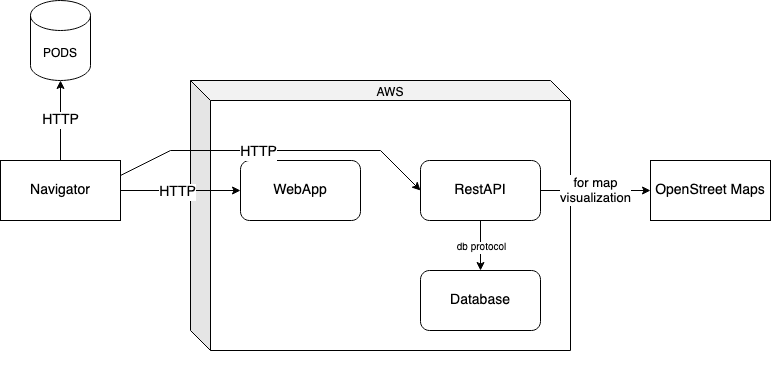
Above: docs/images/Deployment1.png in Arquisoft/lomap_es5c (draw.io), before the change. Source tidied: cells renumbered, new cells last; positions are measured from the earlier drawing's top-left corner, leaving out a move shared by most shapes. Source of this version:
```xml
<mxGraphModel>
  <root>
    <mxCell id="0" />
    <mxCell id="1" parent="0" />
    <mxCell id="2" value="&lt;div&gt;PODS&lt;/div&gt;" style="shape=cylinder3;whiteSpace=wrap;html=1;boundedLbl=1;backgroundOutline=1;size=15;" parent="1" vertex="1">
      <mxGeometry x="30" width="60" height="80" as="geometry" />
    </mxCell>
    <mxCell id="3" value="&lt;div&gt;&lt;font style=&quot;font-size: 12px;&quot;&gt;AWS&lt;/font&gt;&lt;/div&gt;&lt;div style=&quot;font-size: 10px;&quot;&gt;&lt;font style=&quot;font-size: 10px;&quot;&gt;&lt;br&gt;&lt;/font&gt;&lt;/div&gt;&lt;div style=&quot;font-size: 10px;&quot;&gt;&lt;font style=&quot;font-size: 10px;&quot;&gt;&lt;br&gt;&lt;/font&gt;&lt;/div&gt;&lt;div style=&quot;font-size: 10px;&quot;&gt;&lt;font style=&quot;font-size: 10px;&quot;&gt;&lt;br&gt;&lt;/font&gt;&lt;/div&gt;&lt;div&gt;&lt;font style=&quot;font-size: 12px;&quot;&gt;&lt;br&gt;&lt;/font&gt;&lt;/div&gt;&lt;div&gt;&lt;font style=&quot;font-size: 12px;&quot;&gt;&lt;br&gt;&lt;/font&gt;&lt;/div&gt;&lt;div&gt;&lt;font style=&quot;font-size: 12px;&quot;&gt;&lt;br&gt;&lt;/font&gt;&lt;/div&gt;&lt;div&gt;&lt;font style=&quot;font-size: 12px;&quot;&gt;&lt;br&gt;&lt;/font&gt;&lt;/div&gt;&lt;div&gt;&lt;font style=&quot;font-size: 12px;&quot;&gt;&lt;br&gt;&lt;/font&gt;&lt;/div&gt;&lt;div&gt;&lt;font style=&quot;font-size: 12px;&quot;&gt;&lt;br&gt;&lt;/font&gt;&lt;/div&gt;&lt;div&gt;&lt;font style=&quot;font-size: 12px;&quot;&gt;&lt;br&gt;&lt;/font&gt;&lt;/div&gt;&lt;div&gt;&lt;font style=&quot;font-size: 12px;&quot;&gt;&lt;br&gt;&lt;/font&gt;&lt;/div&gt;&lt;div&gt;&lt;font style=&quot;font-size: 12px;&quot;&gt;&lt;br&gt;&lt;/font&gt;&lt;/div&gt;&lt;div&gt;&lt;font style=&quot;font-size: 12px;&quot;&gt;&lt;br&gt;&lt;/font&gt;&lt;/div&gt;&lt;div&gt;&lt;font style=&quot;font-size: 12px;&quot;&gt;&lt;br&gt;&lt;/font&gt;&lt;/div&gt;&lt;div&gt;&lt;font style=&quot;font-size: 12px;&quot;&gt;&lt;br&gt;&lt;/font&gt;&lt;/div&gt;&lt;div&gt;&lt;font style=&quot;font-size: 12px;&quot;&gt;&lt;br&gt;&lt;/font&gt;&lt;/div&gt;&lt;div&gt;&lt;font style=&quot;font-size: 12px;&quot;&gt;&lt;br&gt;&lt;/font&gt;&lt;/div&gt;&lt;div&gt;&lt;font style=&quot;font-size: 12px;&quot;&gt;&lt;br&gt;&lt;/font&gt;&lt;/div&gt;&lt;div&gt;&lt;font style=&quot;font-size: 12px;&quot;&gt;&lt;br&gt;&lt;/font&gt;&lt;/div&gt;" style="shape=cube;whiteSpace=wrap;html=1;boundedLbl=1;backgroundOutline=1;darkOpacity=0.05;darkOpacity2=0.1;" parent="1" vertex="1">
      <mxGeometry x="190" y="80" width="380" height="270" as="geometry" />
    </mxCell>
    <mxCell id="4" value="&lt;font style=&quot;font-size: 14px;&quot;&gt;&lt;font style=&quot;font-size: 14px;&quot;&gt;WebApp&lt;/font&gt;&lt;/font&gt;" style="rounded=1;whiteSpace=wrap;html=1;fontSize=10;" parent="1" vertex="1">
      <mxGeometry x="240" y="160" width="120" height="60" as="geometry" />
    </mxCell>
    <mxCell id="5" value="&lt;div style=&quot;font-size: 14px;&quot;&gt;RestAPI&lt;/div&gt;" style="rounded=1;whiteSpace=wrap;html=1;fontSize=10;" parent="1" vertex="1">
      <mxGeometry x="420" y="160" width="120" height="60" as="geometry" />
    </mxCell>
    <mxCell id="6" value="&lt;font style=&quot;font-size: 11px;&quot;&gt;&lt;font style=&quot;font-size: 12px;&quot;&gt;&lt;font style=&quot;font-size: 13px;&quot;&gt;&lt;font style=&quot;font-size: 14px;&quot;&gt;Database&lt;/font&gt;&lt;/font&gt;&lt;/font&gt;&lt;/font&gt;" style="rounded=1;whiteSpace=wrap;html=1;fontSize=10;" parent="1" vertex="1">
      <mxGeometry x="420" y="270" width="120" height="60" as="geometry" />
    </mxCell>
    <mxCell id="7" style="endArrow=classic;html=1;rounded=0;fontSize=10;" parent="1" edge="1" source="5" target="6">
      <mxGeometry relative="1" as="geometry" />
    </mxCell>
    <mxCell id="8" value="&lt;div&gt;db protocol&lt;/div&gt;" style="edgeLabel;html=1;align=center;verticalAlign=middle;fontSize=10;" parent="7" vertex="1">
      <mxGeometry x="0.04" relative="1" as="geometry" />
    </mxCell>
    <mxCell id="9" value="Navigator" style="rounded=0;whiteSpace=wrap;html=1;fontSize=14;" parent="1" vertex="1">
      <mxGeometry y="160" width="120" height="60" as="geometry" />
    </mxCell>
    <mxCell id="10" style="endArrow=classic;html=1;rounded=0;fontSize=14;exitX=1;exitY=0.5;exitDx=0;exitDy=0;entryX=0;entryY=0.5;entryDx=0;entryDy=0;" parent="1" edge="1" source="9" target="4">
      <mxGeometry relative="1" as="geometry" />
    </mxCell>
    <mxCell id="11" value="&lt;div&gt;HTTP&lt;/div&gt;" style="edgeLabel;html=1;align=center;verticalAlign=middle;fontSize=14;" parent="10" vertex="1">
      <mxGeometry x="-0.06" y="-1" relative="1" as="geometry" />
    </mxCell>
    <mxCell id="12" style="endArrow=classic;html=1;rounded=0;fontSize=14;exitX=1;exitY=0.25;exitDx=0;exitDy=0;entryX=0;entryY=0.5;entryDx=0;entryDy=0;" parent="1" edge="1" source="9" target="5">
      <mxGeometry relative="1" as="geometry">
        <Array as="points">
          <mxPoint x="170" y="150" />
          <mxPoint x="380" y="150" />
        </Array>
      </mxGeometry>
    </mxCell>
    <mxCell id="13" value="&lt;div&gt;HTTP&lt;/div&gt;" style="edgeLabel;html=1;align=center;verticalAlign=middle;fontSize=14;" parent="12" vertex="1">
      <mxGeometry x="-0.12" y="-1" relative="1" as="geometry" />
    </mxCell>
    <mxCell id="14" value="HTTP" style="endArrow=classic;html=1;rounded=0;fontSize=14;exitX=0.5;exitY=0;exitDx=0;exitDy=0;entryX=0.5;entryY=1;entryDx=0;entryDy=0;entryPerimeter=0;" parent="1" edge="1" source="9" target="2">
      <mxGeometry relative="1" as="geometry" />
    </mxCell>
    <mxCell id="15" value="OpenStreet Maps" style="rounded=0;whiteSpace=wrap;html=1;fontSize=14;" parent="1" vertex="1">
      <mxGeometry x="650" y="160" width="120" height="60" as="geometry" />
    </mxCell>
    <mxCell id="16" value="&lt;div style=&quot;font-size: 13px;&quot;&gt;&lt;font style=&quot;font-size: 13px;&quot;&gt;for map&lt;/font&gt;&lt;/div&gt;&lt;div style=&quot;font-size: 13px;&quot;&gt;&lt;font style=&quot;font-size: 13px;&quot;&gt;visualization&lt;/font&gt;&lt;/div&gt;" style="endArrow=classic;html=1;rounded=0;fontSize=14;exitX=1;exitY=0.5;exitDx=0;exitDy=0;entryX=0;entryY=0.5;entryDx=0;entryDy=0;" parent="1" edge="1" source="5" target="15">
      <mxGeometry relative="1" as="geometry" />
    </mxCell>
  </root>
</mxGraphModel>
```
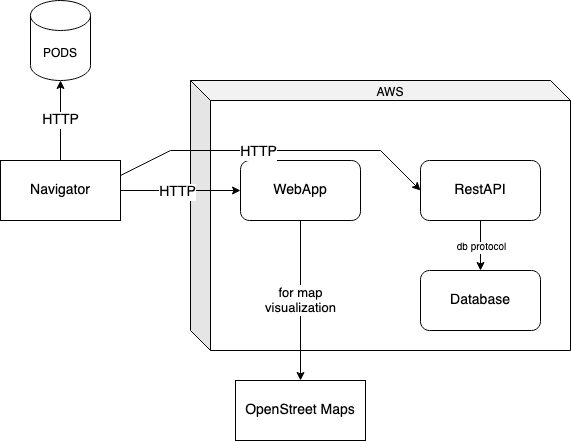
The same file after the commit.

Diff of the diagram source:
```diff
@@ -47,9 +47,9 @@
       <mxGeometry relative="1" as="geometry" />
     </mxCell>
     <mxCell id="15" value="OpenStreet Maps" style="rounded=0;whiteSpace=wrap;html=1;fontSize=14;" parent="1" vertex="1">
-      <mxGeometry x="650" y="160" width="120" height="60" as="geometry" />
+      <mxGeometry x="235" y="380" width="130" height="60" as="geometry" />
     </mxCell>
-    <mxCell id="16" value="&lt;div style=&quot;font-size: 13px;&quot;&gt;&lt;font style=&quot;font-size: 13px;&quot;&gt;for map&lt;/font&gt;&lt;/div&gt;&lt;div style=&quot;font-size: 13px;&quot;&gt;&lt;font style=&quot;font-size: 13px;&quot;&gt;visualization&lt;/font&gt;&lt;/div&gt;" style="endArrow=classic;html=1;rounded=0;fontSize=14;exitX=1;exitY=0.5;exitDx=0;exitDy=0;entryX=0;entryY=0.5;entryDx=0;entryDy=0;" parent="1" edge="1" source="5" target="15">
+    <mxCell id="16" value="&lt;div style=&quot;font-size: 13px;&quot;&gt;&lt;font style=&quot;font-size: 13px;&quot;&gt;for map&lt;/font&gt;&lt;/div&gt;&lt;div style=&quot;font-size: 13px;&quot;&gt;&lt;font style=&quot;font-size: 13px;&quot;&gt;visualization&lt;/font&gt;&lt;/div&gt;" style="endArrow=classic;html=1;rounded=0;fontSize=14;entryX=0.5;entryY=0;entryDx=0;entryDy=0;exitX=0.5;exitY=1;exitDx=0;exitDy=0;" parent="1" edge="1" source="4" target="15">
       <mxGeometry relative="1" as="geometry" />
     </mxCell>
   </root>
```
